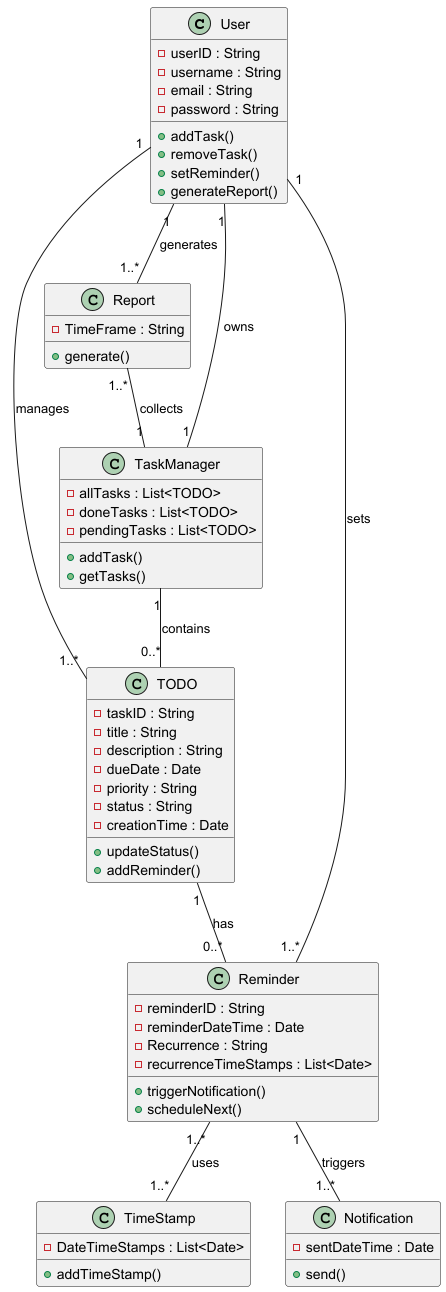
Above: classdiagram/class_diagram.png in rofidakhaled/On-Time (PlantUML), before the change.
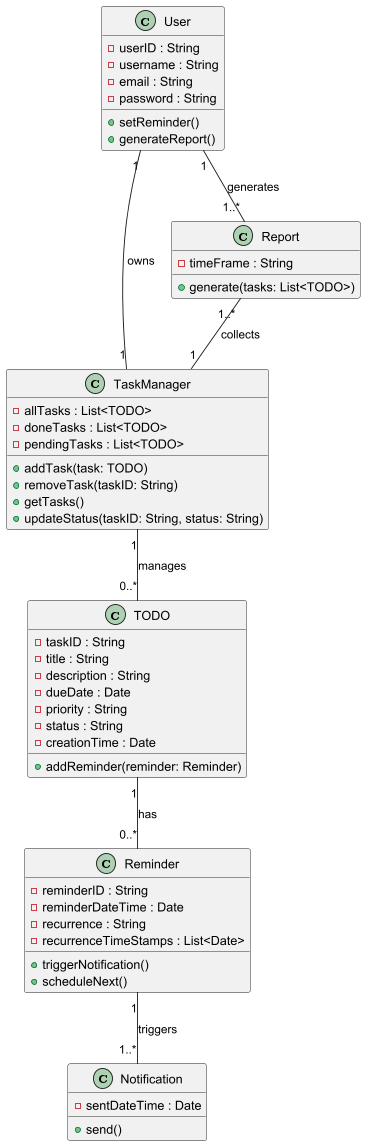
After the change.

What changed in the source:
```diff
@@ -1,15 +1,22 @@
 @startuml
-
 
 class User {
     - userID : String
     - username : String
     - email : String
     - password : String
-    + addTask()
-    + removeTask()
     + setReminder()
     + generateReport()
+}
+
+class TaskManager {
+    - allTasks : List<TODO>
+    - doneTasks : List<TODO>
+    - pendingTasks : List<TODO>
+    + addTask(task: TODO)
+    + removeTask(taskID: String)
+    + getTasks()
+    + updateStatus(taskID: String, status: String)
 }
 
 class TODO {
@@ -20,30 +27,16 @@
     - priority : String
     - status : String
     - creationTime : Date
-    + updateStatus()
-    + addReminder()
-}
-
-class TaskManager {
-    - allTasks : List<TODO>
-    - doneTasks : List<TODO>
-    - pendingTasks : List<TODO>
-    + addTask()
-    + getTasks()
+    + addReminder(reminder: Reminder)
 }
 
 class Reminder {
     - reminderID : String
     - reminderDateTime : Date
-    - Recurrence : String
+    - recurrence : String
     - recurrenceTimeStamps : List<Date>
     + triggerNotification()
     + scheduleNext()
-}
-
-class TimeStamp {
-    - DateTimeStamps : List<Date>
-    + addTimeStamp()
 }
 
 class Notification {
@@ -52,19 +45,15 @@
 }
 
 class Report {
-    - TimeFrame : String
-    + generate()
+    - timeFrame : String
+    + generate(tasks: List<TODO>)
 }
 
-
 User "1" -- "1" TaskManager : owns
-TaskManager "1" -- "0..*" TODO : contains
+TaskManager "1" -- "0..*" TODO : manages
 TODO "1" -- "0..*" Reminder : has
 Reminder "1" -- "1..*" Notification : triggers
-User "1" -- "1..*" TODO : manages
-User "1" -- "1..*" Reminder : sets
 User "1" -- "1..*" Report : generates
 Report "1..*" -- "1" TaskManager : collects
-Reminder "1..*" -- "1..*" TimeStamp : uses
 
 @enduml
```
